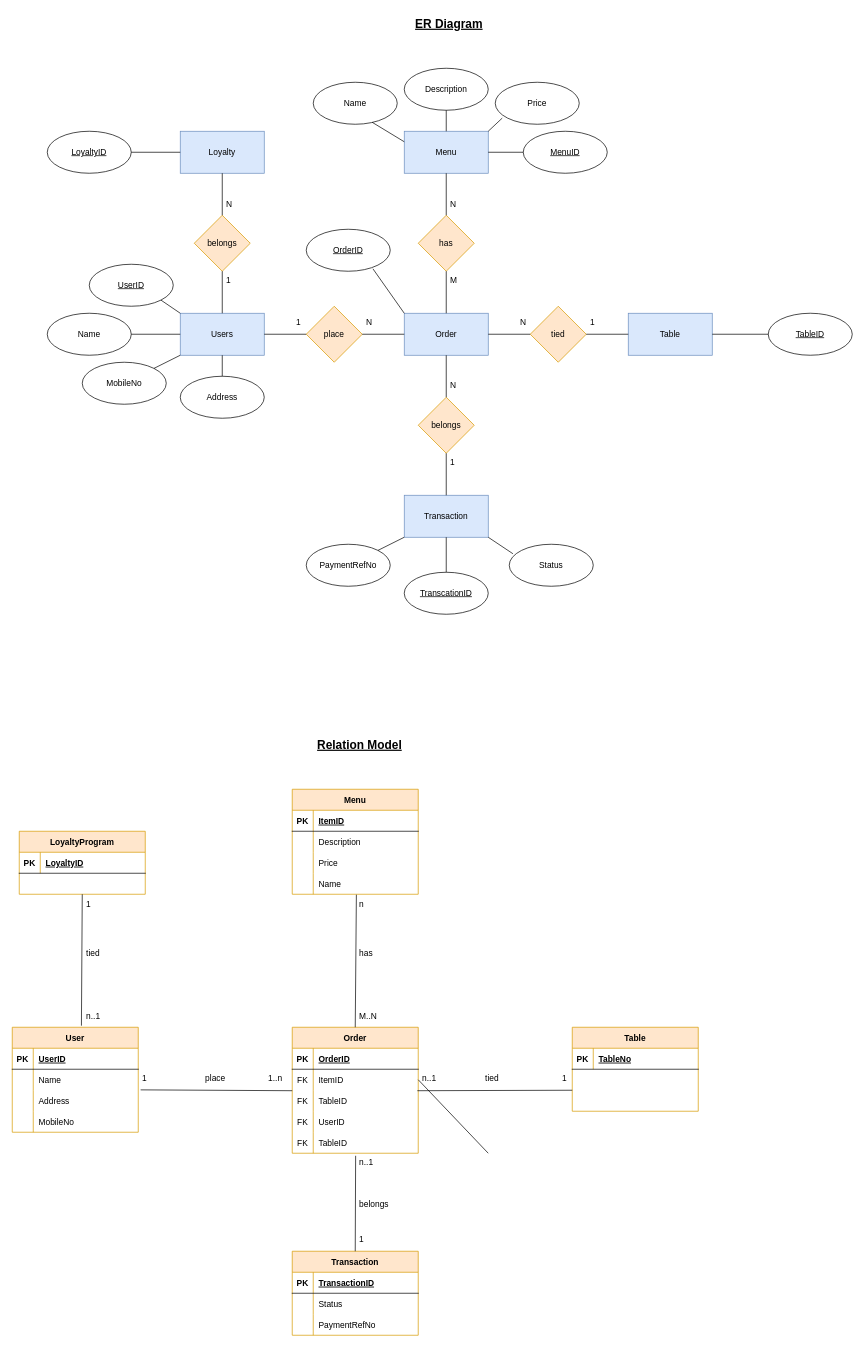
fswdtls/fswdtls keeps this draw.io diagram as restaurant.drawio. Above is the earlier version. Source tidied: cells renumbered, new cells numbered last; positions are measured from the earlier drawing's top-left corner, leaving out a move shared by most shapes. Both pictures are drawn from the tidied source at 70%, with x=0, y=0 at pixel (12, 12).
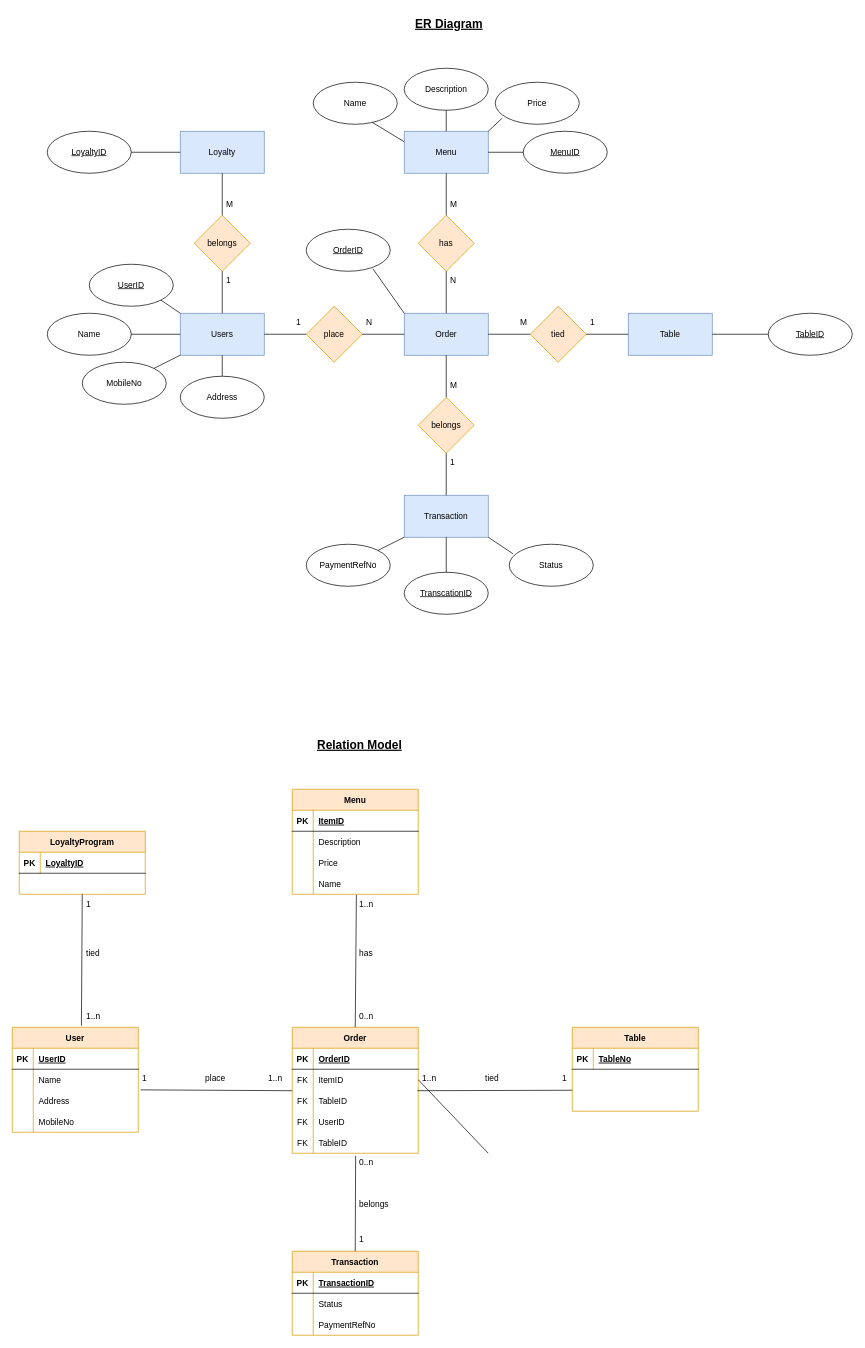
The same page after the edit.

Diff of the diagram source:
```diff
@@
-    <mxCell id="80" value="N" style="text;strokeColor=none;fillColor=none;spacingLeft=4;spacingRight=4;overflow=hidden;fontSize=12;" parent="1" vertex="1">
+    <mxCell id="80" value="M" style="text;strokeColor=none;fillColor=none;spacingLeft=4;spacingRight=4;overflow=hidden;fontSize=12;" parent="1" vertex="1">
       <mxGeometry x="720" y="430" width="20" height="30" as="geometry" />
     </mxCell>
@@
-    <mxCell id="85" value="N" style="text;strokeColor=none;fillColor=none;spacingLeft=4;spacingRight=4;overflow=hidden;fontSize=12;" parent="1" vertex="1">
+    <mxCell id="85" value="M" style="text;strokeColor=none;fillColor=none;spacingLeft=4;spacingRight=4;overflow=hidden;fontSize=12;" parent="1" vertex="1">
       <mxGeometry x="620" y="520" width="20" height="30" as="geometry" />
     </mxCell>
@@
-    <mxCell id="88" value="M" style="text;strokeColor=none;fillColor=none;spacingLeft=4;spacingRight=4;overflow=hidden;fontSize=12;" parent="1" vertex="1">
+    <mxCell id="88" value="N" style="text;strokeColor=none;fillColor=none;spacingLeft=4;spacingRight=4;overflow=hidden;fontSize=12;" parent="1" vertex="1">
       <mxGeometry x="620" y="370" width="20" height="30" as="geometry" />
     </mxCell>
-    <mxCell id="89" value="N" style="text;strokeColor=none;fillColor=none;spacingLeft=4;spacingRight=4;overflow=hidden;fontSize=12;" parent="1" vertex="1">
+    <mxCell id="89" value="M" style="text;strokeColor=none;fillColor=none;spacingLeft=4;spacingRight=4;overflow=hidden;fontSize=12;" parent="1" vertex="1">
       <mxGeometry x="620" y="260" width="20" height="30" as="geometry" />
     </mxCell>
@@
-    <mxCell id="94" value="N" style="text;strokeColor=none;fillColor=none;spacingLeft=4;spacingRight=4;overflow=hidden;fontSize=12;" parent="1" vertex="1">
+    <mxCell id="94" value="M" style="text;strokeColor=none;fillColor=none;spacingLeft=4;spacingRight=4;overflow=hidden;fontSize=12;" parent="1" vertex="1">
       <mxGeometry x="300" y="260" width="20" height="30" as="geometry" />
     </mxCell>
@@
-    <mxCell id="131" value="n..1" style="text;strokeColor=none;fillColor=none;spacingLeft=4;spacingRight=4;overflow=hidden;fontSize=12;labelBackgroundColor=none;labelBorderColor=none;fontColor=none;" parent="1" vertex="1">
+    <mxCell id="131" value="1..n" style="text;strokeColor=none;fillColor=none;spacingLeft=4;spacingRight=4;overflow=hidden;fontSize=12;labelBackgroundColor=none;labelBorderColor=none;fontColor=none;" parent="1" vertex="1">
       <mxGeometry x="100" y="1420" width="40" height="30" as="geometry" />
     </mxCell>
-    <mxCell id="132" value="n" style="text;strokeColor=none;fillColor=none;spacingLeft=4;spacingRight=4;overflow=hidden;fontSize=12;labelBackgroundColor=none;labelBorderColor=none;fontColor=none;" parent="1" vertex="1">
+    <mxCell id="132" value="1..n" style="text;strokeColor=none;fillColor=none;spacingLeft=4;spacingRight=4;overflow=hidden;fontSize=12;labelBackgroundColor=none;labelBorderColor=none;fontColor=none;" parent="1" vertex="1">
       <mxGeometry x="490" y="1260" width="40" height="30" as="geometry" />
     </mxCell>
@@
-    <mxCell id="134" value="M..N" style="text;strokeColor=none;fillColor=none;spacingLeft=4;spacingRight=4;overflow=hidden;fontSize=12;labelBackgroundColor=none;labelBorderColor=none;fontColor=none;" parent="1" vertex="1">
+    <mxCell id="134" value="0..n" style="text;strokeColor=none;fillColor=none;spacingLeft=4;spacingRight=4;overflow=hidden;fontSize=12;labelBackgroundColor=none;labelBorderColor=none;fontColor=none;" parent="1" vertex="1">
       <mxGeometry x="490" y="1420" width="40" height="30" as="geometry" />
     </mxCell>
@@
-    <mxCell id="139" value="n..1" style="text;strokeColor=none;fillColor=none;spacingLeft=4;spacingRight=4;overflow=hidden;fontSize=12;labelBackgroundColor=none;labelBorderColor=none;fontColor=none;" parent="1" vertex="1">
+    <mxCell id="139" value="1..n" style="text;strokeColor=none;fillColor=none;spacingLeft=4;spacingRight=4;overflow=hidden;fontSize=12;labelBackgroundColor=none;labelBorderColor=none;fontColor=none;" parent="1" vertex="1">
       <mxGeometry x="580" y="1510" width="40" height="30" as="geometry" />
     </mxCell>
@@
-    <mxCell id="142" value="n..1" style="text;strokeColor=none;fillColor=none;spacingLeft=4;spacingRight=4;overflow=hidden;fontSize=12;labelBackgroundColor=none;labelBorderColor=none;fontColor=none;" parent="1" vertex="1">
+    <mxCell id="142" value="0..n" style="text;strokeColor=none;fillColor=none;spacingLeft=4;spacingRight=4;overflow=hidden;fontSize=12;labelBackgroundColor=none;labelBorderColor=none;fontColor=none;" parent="1" vertex="1">
       <mxGeometry x="490" y="1630" width="40" height="30" as="geometry" />
     </mxCell>
```
